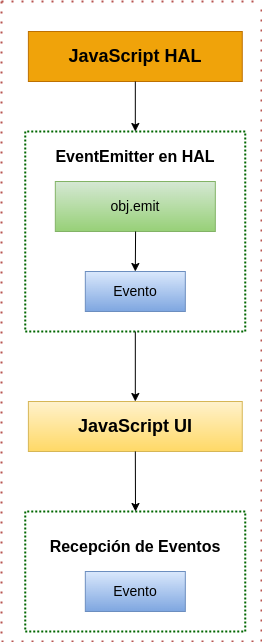
Above: Figures/gpioEmit.png in jennifferch/Memoria-MSE (draw.io), before the change. Source tidied: cells renumbered, new cells last; positions are measured from the earlier drawing's top-left corner, leaving out a move shared by most shapes.
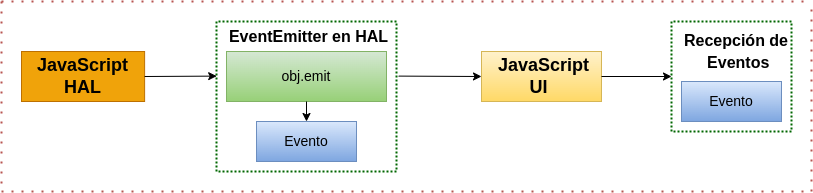
Above is the later version.

Change to the diagram source:
```diff
@@ -2,57 +2,47 @@
   <root>
     <mxCell id="0" />
     <mxCell id="1" parent="0" />
-    <mxCell id="2" style="edgeStyle=orthogonalEdgeStyle;rounded=0;orthogonalLoop=1;jettySize=auto;html=1;exitX=0.5;exitY=1;exitDx=0;exitDy=0;" parent="1" edge="1">
-      <mxGeometry relative="1" as="geometry">
-        <mxPoint x="145" y="500" as="sourcePoint" />
-        <mxPoint x="145" y="500" as="targetPoint" />
-      </mxGeometry>
-    </mxCell>
-    <mxCell id="3" style="swimlane;startSize=0;dashed=1;dashPattern=1 4;strokeWidth=2;strokeColor=#b85450;fillColor=#f8cecc;gradientColor=#ea6b66;" parent="1" vertex="1">
-      <mxGeometry width="260" height="640" as="geometry" />
-    </mxCell>
-    <mxCell id="4" style="swimlane;startSize=0;rounded=1;shadow=0;glass=0;dashed=1;dashPattern=1 1;fontSize=18;strokeWidth=2;fillColor=#d80073;fontColor=#ffffff;strokeColor=#006600;" parent="3" vertex="1">
-      <mxGeometry x="23.8" y="130" width="220" height="200" as="geometry" />
-    </mxCell>
+    <mxCell id="17" style="swimlane;startSize=0;dashed=1;dashPattern=1 4;strokeWidth=2;strokeColor=#b85450;fillColor=#f8cecc;gradientColor=#ea6b66;" parent="1" vertex="1">
+      <mxGeometry x="-10" y="-10" width="810" height="190" as="geometry" />
+    </mxCell>
+    <mxCell id="9" value="&lt;b style=&quot;border-color: var(--border-color);&quot;&gt;&lt;font style=&quot;font-size: 18px;&quot;&gt;&amp;nbsp;JavaScript UI&amp;nbsp;&lt;/font&gt;&lt;/b&gt;" style="rounded=0;whiteSpace=wrap;html=1;fillColor=#fff2cc;strokeColor=#d6b656;gradientColor=#ffd966;" parent="17" vertex="1">
+      <mxGeometry x="480" y="50" width="120" height="50" as="geometry" />
+    </mxCell>
+    <mxCell id="10" value="&lt;font style=&quot;font-size: 18px;&quot;&gt;&lt;b&gt;JavaScript HAL&lt;/b&gt;&lt;/font&gt;" style="rounded=0;whiteSpace=wrap;html=1;fillColor=#f0a30a;strokeColor=#BD7000;fontColor=#000000;" parent="17" vertex="1">
+      <mxGeometry x="20" y="50" width="123.1" height="50" as="geometry" />
+    </mxCell>
+    <mxCell id="18" style="endArrow=classic;html=1;rounded=0;entryX=0.001;entryY=0.364;entryDx=0;entryDy=0;entryPerimeter=0;exitX=1;exitY=0.5;exitDx=0;exitDy=0;" parent="17" edge="1" source="10" target="21">
+      <mxGeometry relative="1" as="geometry" />
+    </mxCell>
+    <mxCell id="19" style="endArrow=classic;html=1;rounded=0;entryX=0;entryY=0.5;entryDx=0;entryDy=0;exitX=1.012;exitY=0.364;exitDx=0;exitDy=0;exitPerimeter=0;" parent="17" edge="1" source="21" target="9">
+      <mxGeometry relative="1" as="geometry" />
+    </mxCell>
+    <mxCell id="20" style="endArrow=classic;html=1;rounded=0;exitX=1;exitY=0.5;exitDx=0;exitDy=0;entryX=0;entryY=0.5;entryDx=0;entryDy=0;" parent="17" edge="1" source="9" target="24">
+      <mxGeometry relative="1" as="geometry" />
+    </mxCell>
+    <mxCell id="21" style="swimlane;startSize=0;rounded=1;shadow=0;glass=0;dashed=1;dashPattern=1 1;fontSize=18;strokeWidth=2;fillColor=#d80073;fontColor=#ffffff;strokeColor=#006600;" parent="17" vertex="1">
+      <mxGeometry x="215" y="20" width="180" height="150" as="geometry" />
+    </mxCell>
-    <mxCell id="5" value="&lt;font style=&quot;font-size: 14px;&quot;&gt;obj.emit&lt;/font&gt;" style="rounded=0;whiteSpace=wrap;html=1;fillColor=#d5e8d4;strokeColor=#82b366;gradientColor=#97d077;" parent="4" vertex="1">
-      <mxGeometry x="30" y="50" width="160" height="50" as="geometry" />
+    <mxCell id="5" value="&lt;font style=&quot;font-size: 14px;&quot;&gt;obj.emit&lt;/font&gt;" style="rounded=0;whiteSpace=wrap;html=1;fillColor=#d5e8d4;strokeColor=#82b366;gradientColor=#97d077;" parent="21" vertex="1">
+      <mxGeometry x="10" y="30" width="160" height="50" as="geometry" />
     </mxCell>
-    <mxCell id="6" value="&lt;font style=&quot;font-size: 16px;&quot;&gt;&lt;b&gt; EventEmitter en HAL &lt;/b&gt;&lt;/font&gt;" style="text;html=1;strokeColor=none;fillColor=none;align=center;verticalAlign=middle;whiteSpace=wrap;rounded=0;shadow=0;glass=0;dashed=1;dashPattern=1 1;fontSize=18;" parent="4" vertex="1">
-      <mxGeometry x="15" y="10" width="190" height="30" as="geometry" />
+    <mxCell id="6" value="&lt;font style=&quot;font-size: 16px;&quot;&gt;&lt;b&gt; EventEmitter en HAL &lt;/b&gt;&lt;/font&gt;" style="text;html=1;strokeColor=none;fillColor=none;align=center;verticalAlign=middle;whiteSpace=wrap;rounded=0;shadow=0;glass=0;dashed=1;dashPattern=1 1;fontSize=18;" parent="21" vertex="1">
+      <mxGeometry x="10" width="165" height="30" as="geometry" />
     </mxCell>
-    <mxCell id="7" value="&lt;font style=&quot;font-size: 14px;&quot;&gt;Evento&lt;/font&gt;" style="rounded=0;whiteSpace=wrap;html=1;fillColor=#dae8fc;strokeColor=#6c8ebf;gradientColor=#7ea6e0;" parent="4" vertex="1">
-      <mxGeometry x="60" y="140" width="100" height="40" as="geometry" />
-    </mxCell>
-    <mxCell id="8" style="endArrow=classic;html=1;rounded=0;entryX=0.5;entryY=0;entryDx=0;entryDy=0;" parent="4" edge="1" target="7">
-      <mxGeometry relative="1" as="geometry">
-        <mxPoint x="110.2" y="100" as="sourcePoint" />
-      </mxGeometry>
-    </mxCell>
-    <mxCell id="9" value="&lt;b style=&quot;border-color: var(--border-color);&quot;&gt;&lt;font style=&quot;font-size: 18px;&quot;&gt;&amp;nbsp;JavaScript UI&amp;nbsp;&lt;/font&gt;&lt;/b&gt;" style="rounded=0;whiteSpace=wrap;html=1;fillColor=#fff2cc;strokeColor=#d6b656;gradientColor=#ffd966;" parent="3" vertex="1">
-      <mxGeometry x="26.9" y="400" width="213.9" height="50" as="geometry" />
-    </mxCell>
-    <mxCell id="10" value="&lt;font style=&quot;font-size: 18px;&quot;&gt;&lt;b&gt;JavaScript HAL&lt;/b&gt;&lt;/font&gt;" style="rounded=0;whiteSpace=wrap;html=1;fillColor=#f0a30a;strokeColor=#BD7000;fontColor=#000000;" parent="3" vertex="1">
-      <mxGeometry x="26.9" y="30" width="213.9" height="50" as="geometry" />
-    </mxCell>
-    <mxCell id="11" style="endArrow=classic;html=1;rounded=0;exitX=0.5;exitY=1;exitDx=0;exitDy=0;entryX=0.5;entryY=0;entryDx=0;entryDy=0;" parent="3" edge="1" source="10" target="4">
-      <mxGeometry relative="1" as="geometry" />
-    </mxCell>
-    <mxCell id="12" style="endArrow=classic;html=1;rounded=0;entryX=0.5;entryY=0;entryDx=0;entryDy=0;exitX=0.5;exitY=1;exitDx=0;exitDy=0;" parent="3" edge="1" source="4" target="9">
-      <mxGeometry relative="1" as="geometry" />
-    </mxCell>
-    <mxCell id="13" style="swimlane;startSize=0;rounded=1;shadow=0;glass=0;dashed=1;dashPattern=1 1;fontSize=18;strokeWidth=2;fillColor=#d80073;fontColor=#ffffff;strokeColor=#006600;" parent="3" vertex="1">
-      <mxGeometry x="23.8" y="510" width="220" height="120" as="geometry" />
-    </mxCell>
+    <mxCell id="22" value="&lt;font style=&quot;font-size: 14px;&quot;&gt;Evento&lt;/font&gt;" style="rounded=0;whiteSpace=wrap;html=1;fillColor=#dae8fc;strokeColor=#6c8ebf;gradientColor=#7ea6e0;" parent="21" vertex="1">
+      <mxGeometry x="40" y="100" width="100" height="40" as="geometry" />
+    </mxCell>
+    <mxCell id="23" style="endArrow=classic;html=1;rounded=0;entryX=0.5;entryY=0;entryDx=0;entryDy=0;exitX=0.5;exitY=1;exitDx=0;exitDy=0;" parent="21" edge="1" source="5" target="22">
+      <mxGeometry relative="1" as="geometry" />
+    </mxCell>
+    <mxCell id="24" style="swimlane;startSize=0;rounded=1;shadow=0;glass=0;dashed=1;dashPattern=1 1;fontSize=18;strokeWidth=2;fillColor=#d80073;fontColor=#ffffff;strokeColor=#006600;" parent="17" vertex="1">
+      <mxGeometry x="670" y="20" width="120" height="110" as="geometry" />
+    </mxCell>
-    <mxCell id="14" value="&lt;font style=&quot;font-size: 16px;&quot;&gt;&lt;b&gt; Recepción de Eventos&lt;/b&gt;&lt;/font&gt;" style="text;html=1;strokeColor=none;fillColor=none;align=center;verticalAlign=middle;whiteSpace=wrap;rounded=0;shadow=0;glass=0;dashed=1;dashPattern=1 1;fontSize=18;" parent="13" vertex="1">
-      <mxGeometry x="15" y="20" width="190" height="30" as="geometry" />
+    <mxCell id="14" value="&lt;font style=&quot;font-size: 16px;&quot;&gt;&lt;b&gt; Recepción de&lt;br&gt;&amp;nbsp;Eventos&lt;/b&gt;&lt;/font&gt;" style="text;html=1;strokeColor=none;fillColor=none;align=center;verticalAlign=middle;whiteSpace=wrap;rounded=0;shadow=0;glass=0;dashed=1;dashPattern=1 1;fontSize=18;" parent="24" vertex="1">
+      <mxGeometry x="5" y="15" width="120" height="30" as="geometry" />
     </mxCell>
-    <mxCell id="15" value="&lt;font style=&quot;font-size: 14px;&quot;&gt;Evento&lt;/font&gt;" style="rounded=0;whiteSpace=wrap;html=1;fillColor=#dae8fc;strokeColor=#6c8ebf;gradientColor=#7ea6e0;" parent="13" vertex="1">
-      <mxGeometry x="60" y="60" width="100" height="40" as="geometry" />
-    </mxCell>
-    <mxCell id="16" style="endArrow=classic;html=1;rounded=0;exitX=0.5;exitY=1;exitDx=0;exitDy=0;" parent="3" edge="1" source="9">
-      <mxGeometry relative="1" as="geometry">
-        <mxPoint x="134" y="510" as="targetPoint" />
-      </mxGeometry>
-    </mxCell>
+    <mxCell id="25" value="&lt;font style=&quot;font-size: 14px;&quot;&gt;Evento&lt;/font&gt;" style="rounded=0;whiteSpace=wrap;html=1;fillColor=#dae8fc;strokeColor=#6c8ebf;gradientColor=#7ea6e0;" parent="24" vertex="1">
+      <mxGeometry x="10" y="60" width="100" height="40" as="geometry" />
+    </mxCell>
   </root>
 </mxGraphModel>
```
